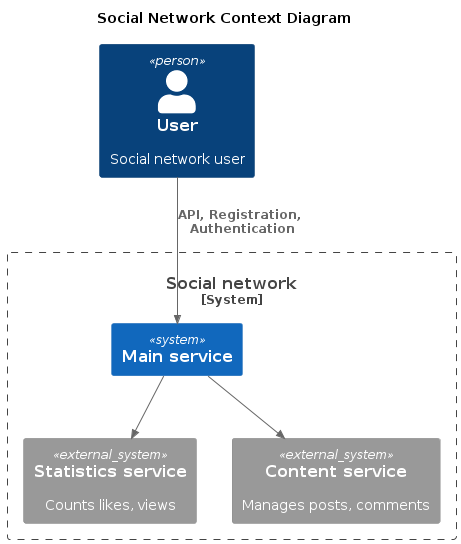
Before: doc/img/Context.png, a diagram exported from PlantUML (M8hew/HSE-SOA). Source of this version:
```plantuml
@startuml Context

!include https://raw.githubusercontent.com/plantuml-stdlib/C4-PlantUML/master/C4_Container.puml

title Social Network Context Diagram

Person(user, "User", "Social network user")

System_Boundary(socialNetwork, "Social network") {
    System(mainService, "Main service", "")

    System_Ext(statisticsService, "Statistics service", "Counts likes, views")
    System_Ext(contentService, "Content service", "Manages posts, comments")
}

Rel(mainService, statisticsService, "")
Rel(mainService, contentService, "")
Rel(user, mainService, "API, Registration, Authentication")

@enduml
```
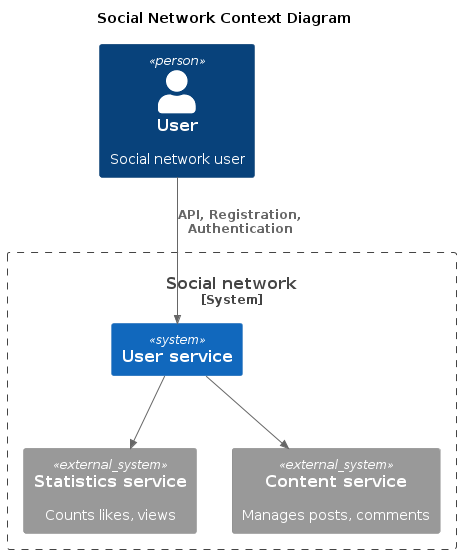
Above is the later version.

Diff of the diagram source:
```diff
@@ -7,14 +7,14 @@
 Person(user, "User", "Social network user")
 
 System_Boundary(socialNetwork, "Social network") {
-    System(mainService, "Main service", "")
+    System(userService, "User service", "")
 
     System_Ext(statisticsService, "Statistics service", "Counts likes, views")
     System_Ext(contentService, "Content service", "Manages posts, comments")
 }
 
-Rel(mainService, statisticsService, "")
-Rel(mainService, contentService, "")
-Rel(user, mainService, "API, Registration, Authentication")
+Rel(userService, statisticsService, "")
+Rel(userService, contentService, "")
+Rel(user, userService, "API, Registration, Authentication")
 
 @enduml
```
